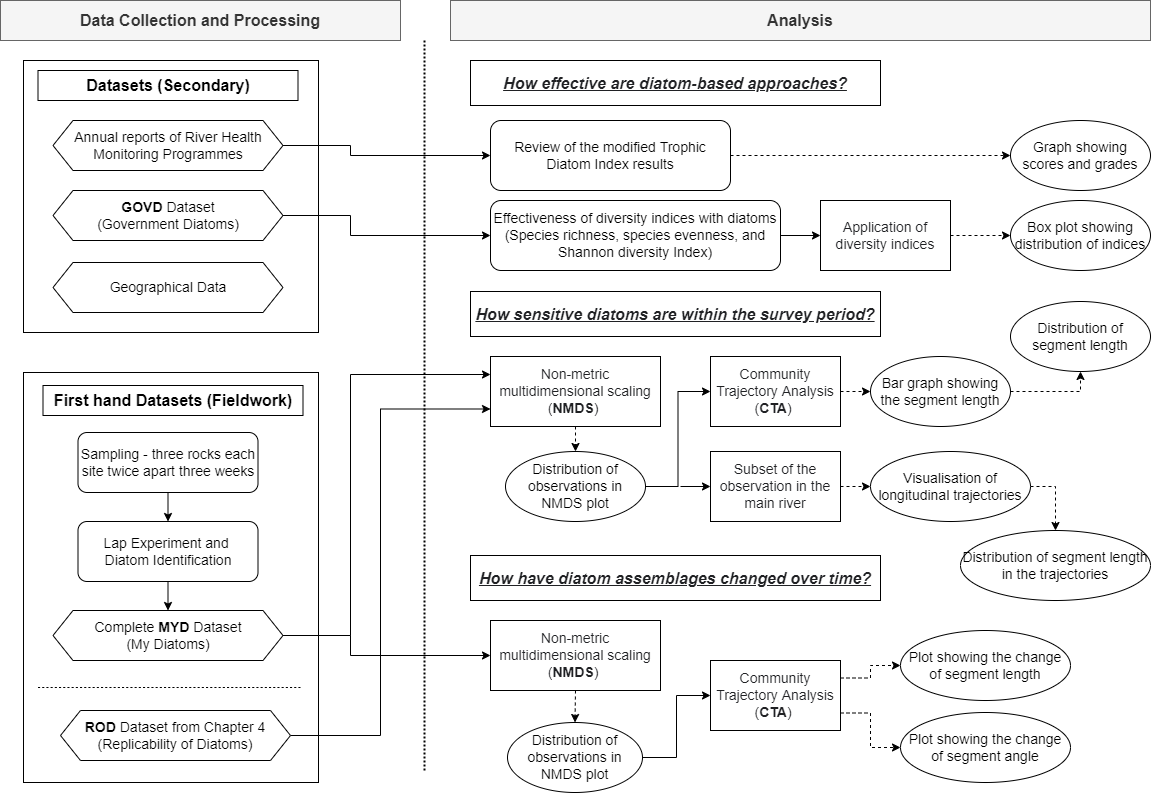
Earlier version of the draw.io export Chapter5_Flowchart.png (muyeoljung/PhD_Studyarea). Source tidied: cells renumbered, new cells last; positions are measured from the earlier drawing's top-left corner, leaving out a move shared by most shapes.
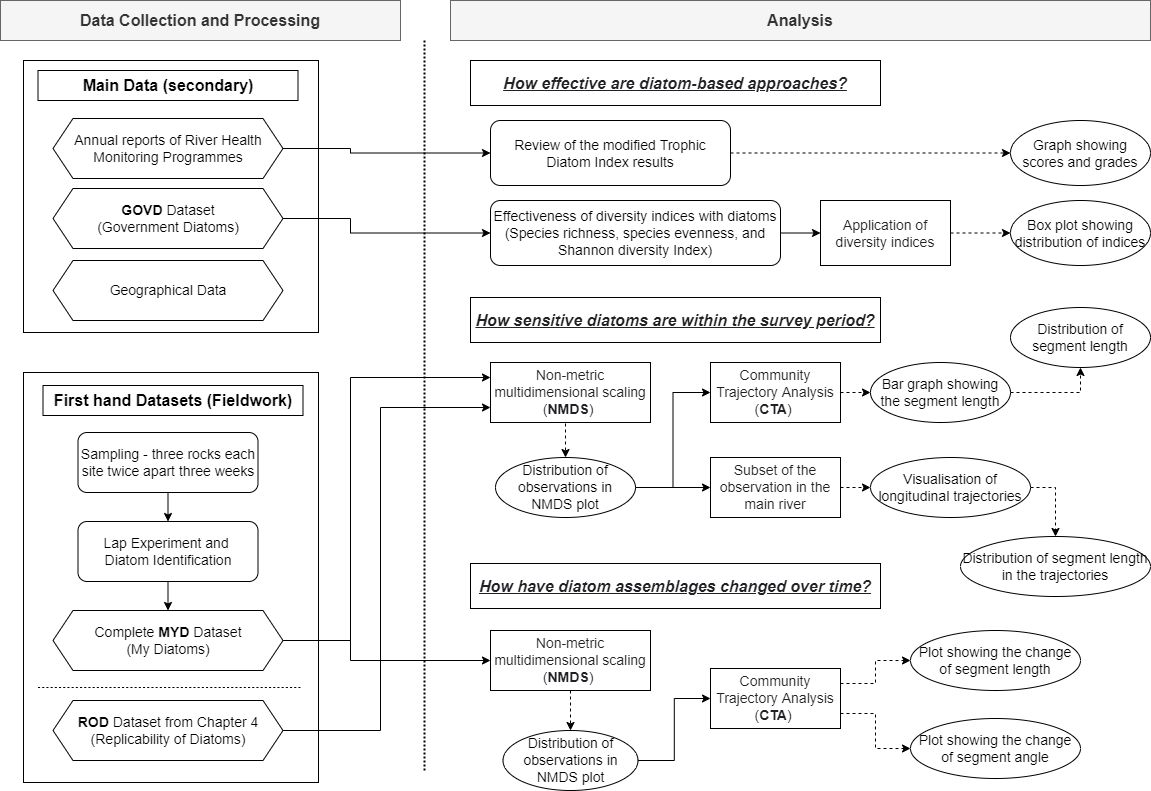
After the change.

What changed in the source:
```diff
@@ -10,26 +10,10 @@
     </mxCell>
-    <mxCell id="4" value="&lt;font style=&quot;font-size: 16px&quot;&gt;Datasets (Secondary)&lt;/font&gt;" style="rounded=0;whiteSpace=wrap;html=1;fontStyle=1;" parent="1" vertex="1">
+    <mxCell id="4" value="&lt;font style=&quot;font-size: 16px&quot;&gt;Main Data (secondary)&lt;/font&gt;" style="rounded=0;whiteSpace=wrap;html=1;fontStyle=1;" parent="1" vertex="1">
       <mxGeometry x="37.5" y="70" width="260" height="30" as="geometry" />
     </mxCell>
-    <mxCell id="5" style="edgeStyle=orthogonalEdgeStyle;rounded=0;jettySize=auto;html=1;exitX=1;exitY=0.5;exitDx=0;exitDy=0;entryX=0;entryY=0.5;entryDx=0;entryDy=0;" parent="1" edge="1" source="46" target="25">
-      <mxGeometry relative="1" as="geometry">
-        <Array as="points">
-          <mxPoint x="350" y="145" />
-          <mxPoint x="350" y="155" />
-        </Array>
-      </mxGeometry>
-    </mxCell>
-    <mxCell id="6" style="edgeStyle=orthogonalEdgeStyle;rounded=0;jettySize=auto;html=1;exitX=1;exitY=0.5;exitDx=0;exitDy=0;entryX=0;entryY=0.5;entryDx=0;entryDy=0;" parent="1" edge="1" source="7" target="27">
-      <mxGeometry relative="1" as="geometry">
-        <Array as="points">
-          <mxPoint x="350" y="215" />
-          <mxPoint x="350" y="235" />
-        </Array>
-      </mxGeometry>
-    </mxCell>
     <mxCell id="7" value="&lt;font style=&quot;font-size: 14px&quot;&gt;&lt;b&gt;GOVD&lt;/b&gt; Dataset&lt;br&gt;(Government Diatoms)&lt;br&gt;&lt;/font&gt;" style="shape=hexagon;perimeter=hexagonPerimeter2;whiteSpace=wrap;html=1;fixedSize=1;" parent="1" vertex="1">
-      <mxGeometry x="52.5" y="190" width="230" height="50" as="geometry" />
+      <mxGeometry x="52.5" y="188" width="230" height="60" as="geometry" />
     </mxCell>
     <mxCell id="8" value="&lt;font style=&quot;font-size: 14px&quot;&gt;Geographical Data&lt;/font&gt;" style="shape=hexagon;perimeter=hexagonPerimeter2;whiteSpace=wrap;html=1;fixedSize=1;" parent="1" vertex="1">
-      <mxGeometry x="52.5" y="262" width="230" height="50" as="geometry" />
+      <mxGeometry x="52.5" y="260" width="230" height="60" as="geometry" />
     </mxCell>
@@ -57,3 +41,3 @@
     <mxCell id="16" value="&lt;font style=&quot;font-size: 14px&quot;&gt;&lt;span style=&quot;color: rgb(32 , 33 , 36) ; font-family: &amp;#34;apple sd gothic neo&amp;#34; , &amp;#34;arial&amp;#34; , sans-serif ; text-align: left ; background-color: rgb(255 , 255 , 255)&quot;&gt;Non-metric multidimensional scaling (&lt;/span&gt;&lt;b style=&quot;color: rgb(32 , 33 , 36) ; font-family: &amp;#34;apple sd gothic neo&amp;#34; , &amp;#34;arial&amp;#34; , sans-serif ; text-align: left ; background-color: rgb(255 , 255 , 255)&quot;&gt;NMDS&lt;/b&gt;&lt;span style=&quot;color: rgb(32 , 33 , 36) ; font-family: &amp;#34;apple sd gothic neo&amp;#34; , &amp;#34;arial&amp;#34; , sans-serif ; text-align: left ; background-color: rgb(255 , 255 , 255)&quot;&gt;)&amp;nbsp;&lt;/span&gt;&lt;/font&gt;" style="rounded=0;whiteSpace=wrap;html=1;" parent="1" vertex="1">
-      <mxGeometry x="490" y="620" width="170" height="70" as="geometry" />
+      <mxGeometry x="490" y="630" width="160" height="60" as="geometry" />
     </mxCell>
@@ -69,3 +53,3 @@
     <mxCell id="20" value="&lt;font style=&quot;font-size: 14px&quot;&gt;&lt;span style=&quot;color: rgb(32 , 33 , 36) ; font-family: &amp;#34;apple sd gothic neo&amp;#34; , &amp;#34;arial&amp;#34; , sans-serif ; background-color: rgb(255 , 255 , 255)&quot;&gt;Non-metric multidimensional scaling (&lt;/span&gt;&lt;b style=&quot;color: rgb(32 , 33 , 36) ; font-family: &amp;#34;apple sd gothic neo&amp;#34; , &amp;#34;arial&amp;#34; , sans-serif ; background-color: rgb(255 , 255 , 255)&quot;&gt;NMDS&lt;/b&gt;&lt;span style=&quot;color: rgb(32 , 33 , 36) ; font-family: &amp;#34;apple sd gothic neo&amp;#34; , &amp;#34;arial&amp;#34; , sans-serif ; background-color: rgb(255 , 255 , 255)&quot;&gt;)&amp;nbsp;&lt;/span&gt;&lt;/font&gt;" style="rounded=0;whiteSpace=wrap;html=1;align=center;" parent="1" vertex="1">
-      <mxGeometry x="490" y="356" width="170" height="70" as="geometry" />
+      <mxGeometry x="490" y="362" width="160" height="60" as="geometry" />
     </mxCell>
@@ -78,3 +62,3 @@
     <mxCell id="23" value="&lt;font style=&quot;font-size: 14px&quot;&gt;&lt;span style=&quot;color: rgb(32 , 33 , 36) ; font-family: &amp;#34;apple sd gothic neo&amp;#34; , &amp;#34;arial&amp;#34; , sans-serif ; text-align: left ; background-color: rgb(255 , 255 , 255)&quot;&gt;Community Trajectory Analysis (&lt;/span&gt;&lt;b style=&quot;color: rgb(32 , 33 , 36) ; font-family: &amp;#34;apple sd gothic neo&amp;#34; , &amp;#34;arial&amp;#34; , sans-serif ; text-align: left ; background-color: rgb(255 , 255 , 255)&quot;&gt;CTA&lt;/b&gt;&lt;span style=&quot;color: rgb(32 , 33 , 36) ; font-family: &amp;#34;apple sd gothic neo&amp;#34; , &amp;#34;arial&amp;#34; , sans-serif ; text-align: left ; background-color: rgb(255 , 255 , 255)&quot;&gt;)&amp;nbsp;&lt;/span&gt;&lt;/font&gt;" style="rounded=0;whiteSpace=wrap;html=1;" parent="1" vertex="1">
-      <mxGeometry x="710" y="660" width="130" height="70" as="geometry" />
+      <mxGeometry x="710" y="668" width="130" height="60" as="geometry" />
     </mxCell>
@@ -84,3 +68,3 @@
     <mxCell id="25" value="&lt;font style=&quot;font-size: 14px;&quot;&gt;Review of the modified Trophic Diatom Index results&lt;/font&gt;" style="rounded=1;whiteSpace=wrap;html=1;shadow=0;sketch=0;align=center;fontSize=14;" parent="1" vertex="1">
-      <mxGeometry x="490" y="120" width="240" height="70" as="geometry" />
+      <mxGeometry x="490" y="120" width="240" height="65" as="geometry" />
     </mxCell>
@@ -89,4 +73,12 @@
     </mxCell>
+    <mxCell id="59" style="edgeStyle=orthogonalEdgeStyle;rounded=0;jettySize=auto;html=1;exitX=0;exitY=0.5;exitDx=0;exitDy=0;entryX=1;entryY=0.5;entryDx=0;entryDy=0;startArrow=classic;startFill=1;endArrow=none;endFill=0;" parent="1" edge="1" source="27" target="7">
+      <mxGeometry relative="1" as="geometry">
+        <Array as="points">
+          <mxPoint x="350" y="233" />
+          <mxPoint x="350" y="218" />
+        </Array>
+      </mxGeometry>
+    </mxCell>
     <mxCell id="27" value="&lt;font style=&quot;font-size: 14px&quot;&gt;Effectiveness of diversity indices with diatoms&lt;br style=&quot;font-size: 14px&quot;&gt;(Species richness, species evenness, and Shannon diversity Index)&lt;/font&gt;" style="rounded=1;whiteSpace=wrap;html=1;shadow=0;sketch=0;align=center;fontSize=14;" parent="1" vertex="1">
-      <mxGeometry x="490" y="200" width="290" height="70" as="geometry" />
+      <mxGeometry x="490" y="200" width="290" height="65" as="geometry" />
     </mxCell>
@@ -95,4 +87,4 @@
         <Array as="points">
-          <mxPoint x="380" y="735" />
-          <mxPoint x="380" y="409" />
+          <mxPoint x="380" y="730" />
+          <mxPoint x="380" y="407" />
         </Array>
@@ -101,3 +93,3 @@
     <mxCell id="29" value="&lt;font style=&quot;font-size: 14px&quot;&gt;&lt;b&gt;ROD&lt;/b&gt;&amp;nbsp;Dataset from Chapter 4&lt;br&gt;(Replicability of Diatoms)&lt;/font&gt;" style="shape=hexagon;perimeter=hexagonPerimeter2;whiteSpace=wrap;html=1;fixedSize=1;" parent="1" vertex="1">
-      <mxGeometry x="60" y="710" width="230" height="50" as="geometry" />
+      <mxGeometry x="52.5" y="700" width="230" height="60" as="geometry" />
     </mxCell>
@@ -106,4 +98,4 @@
         <Array as="points">
-          <mxPoint x="350" y="635" />
-          <mxPoint x="350" y="655" />
+          <mxPoint x="350" y="640" />
+          <mxPoint x="350" y="660" />
         </Array>
@@ -114,5 +106,4 @@
         <Array as="points">
-          <mxPoint x="350" y="635" />
-          <mxPoint x="350" y="374" />
-          <mxPoint x="490" y="374" />
+          <mxPoint x="350" y="640" />
+          <mxPoint x="350" y="377" />
         </Array>
@@ -121,6 +112,6 @@
     <mxCell id="32" value="&lt;font style=&quot;font-size: 14px&quot;&gt;&lt;span&gt;Complete&lt;/span&gt;&lt;b&gt;&amp;nbsp;MYD&lt;/b&gt;&lt;span&gt;&amp;nbsp;Dataset&lt;/span&gt;&lt;br&gt;&lt;span&gt;(My Diatoms)&lt;/span&gt;&lt;/font&gt;" style="shape=hexagon;perimeter=hexagonPerimeter2;whiteSpace=wrap;html=1;fixedSize=1;" parent="1" vertex="1">
-      <mxGeometry x="52.5" y="610" width="230" height="50" as="geometry" />
+      <mxGeometry x="52.5" y="610" width="230" height="60" as="geometry" />
     </mxCell>
     <mxCell id="33" value="&lt;div&gt;&lt;font color=&quot;#202124&quot; face=&quot;apple sd gothic neo, arial, sans-serif&quot;&gt;&lt;span style=&quot;font-size: 16px ; background-color: rgb(255 , 255 , 255)&quot;&gt;How sensitive diatoms are within the survey period?&lt;/span&gt;&lt;/font&gt;&lt;/div&gt;" style="rounded=0;whiteSpace=wrap;html=1;align=center;fontStyle=7;" parent="1" vertex="1">
-      <mxGeometry x="470" y="291" width="410" height="45" as="geometry" />
+      <mxGeometry x="470" y="297" width="410" height="45" as="geometry" />
     </mxCell>
@@ -130,12 +121,12 @@
     <mxCell id="35" value="&lt;font style=&quot;font-size: 14px&quot;&gt;&lt;span style=&quot;color: rgb(32 , 33 , 36) ; font-family: &amp;#34;apple sd gothic neo&amp;#34; , &amp;#34;arial&amp;#34; , sans-serif ; text-align: left ; background-color: rgb(255 , 255 , 255)&quot;&gt;Community Trajectory Analysis (&lt;/span&gt;&lt;b style=&quot;color: rgb(32 , 33 , 36) ; font-family: &amp;#34;apple sd gothic neo&amp;#34; , &amp;#34;arial&amp;#34; , sans-serif ; text-align: left ; background-color: rgb(255 , 255 , 255)&quot;&gt;CTA&lt;/b&gt;&lt;span style=&quot;color: rgb(32 , 33 , 36) ; font-family: &amp;#34;apple sd gothic neo&amp;#34; , &amp;#34;arial&amp;#34; , sans-serif ; text-align: left ; background-color: rgb(255 , 255 , 255)&quot;&gt;)&amp;nbsp;&lt;/span&gt;&lt;/font&gt;" style="rounded=0;whiteSpace=wrap;html=1;" parent="1" vertex="1">
-      <mxGeometry x="710" y="356" width="130" height="70" as="geometry" />
+      <mxGeometry x="710" y="362" width="130" height="60" as="geometry" />
     </mxCell>
     <mxCell id="36" value="&lt;div&gt;&lt;font color=&quot;#202124&quot; face=&quot;apple sd gothic neo, arial, sans-serif&quot;&gt;&lt;span style=&quot;font-size: 16px ; background-color: rgb(255 , 255 , 255)&quot;&gt;How have diatom assemblages changed over time?&lt;/span&gt;&lt;/font&gt;&lt;/div&gt;" style="rounded=0;whiteSpace=wrap;html=1;align=center;fontStyle=7;" parent="1" vertex="1">
-      <mxGeometry x="470" y="555" width="410" height="45" as="geometry" />
+      <mxGeometry x="470" y="563" width="410" height="45" as="geometry" />
     </mxCell>
     <mxCell id="37" value="Graph showing scores and grades" style="ellipse;whiteSpace=wrap;html=1;fontSize=14;" parent="1" vertex="1">
-      <mxGeometry x="1010" y="120" width="140" height="70" as="geometry" />
+      <mxGeometry x="1010" y="120" width="140" height="65" as="geometry" />
     </mxCell>
     <mxCell id="38" value="Box plot showing distribution of indices" style="ellipse;whiteSpace=wrap;html=1;fontSize=14;" parent="1" vertex="1">
-      <mxGeometry x="1010" y="200" width="140" height="70" as="geometry" />
+      <mxGeometry x="1010" y="200" width="140" height="65" as="geometry" />
     </mxCell>
@@ -145,3 +136,3 @@
     <mxCell id="40" value="&lt;font style=&quot;font-size: 14px&quot;&gt;Distribution of observations in NMDS plot&lt;/font&gt;" style="ellipse;whiteSpace=wrap;html=1;" parent="1" vertex="1">
-      <mxGeometry x="507" y="722" width="135" height="70" as="geometry" />
+      <mxGeometry x="502.5" y="730" width="135" height="60" as="geometry" />
     </mxCell>
@@ -151,3 +142,3 @@
     <mxCell id="42" value="&lt;font style=&quot;font-size: 14px&quot;&gt;Distribution of observations in NMDS plot&lt;/font&gt;" style="ellipse;whiteSpace=wrap;html=1;" parent="1" vertex="1">
-      <mxGeometry x="505" y="451" width="140" height="70" as="geometry" />
+      <mxGeometry x="495" y="457" width="140" height="60" as="geometry" />
     </mxCell>
@@ -157,3 +148,3 @@
     <mxCell id="44" value="&lt;span style=&quot;font-size: 14px&quot;&gt;Bar graph showing the segment length&lt;/span&gt;" style="ellipse;whiteSpace=wrap;html=1;" parent="1" vertex="1">
-      <mxGeometry x="870" y="356" width="140" height="70" as="geometry" />
+      <mxGeometry x="870" y="362" width="140" height="60" as="geometry" />
     </mxCell>
@@ -162,4 +153,12 @@
     </mxCell>
+    <mxCell id="5" style="edgeStyle=orthogonalEdgeStyle;rounded=0;jettySize=auto;html=1;exitX=1;exitY=0.5;exitDx=0;exitDy=0;entryX=0;entryY=0.5;entryDx=0;entryDy=0;startArrow=none;startFill=0;endArrow=classic;endFill=1;" parent="1" edge="1" source="46" target="25">
+      <mxGeometry relative="1" as="geometry">
+        <Array as="points">
+          <mxPoint x="350" y="148" />
+          <mxPoint x="350" y="153" />
+        </Array>
+      </mxGeometry>
+    </mxCell>
     <mxCell id="46" value="&lt;span style=&quot;font-size: 14px&quot;&gt;Annual reports of River Health Monitoring&amp;nbsp;&lt;/span&gt;&lt;span style=&quot;font-size: 14px&quot;&gt;Programmes&lt;/span&gt;" style="shape=hexagon;perimeter=hexagonPerimeter2;whiteSpace=wrap;html=1;fixedSize=1;" parent="1" vertex="1">
-      <mxGeometry x="52.5" y="120" width="230" height="50" as="geometry" />
+      <mxGeometry x="52.5" y="118" width="230" height="60" as="geometry" />
     </mxCell>
@@ -169,11 +168,9 @@
     <mxCell id="48" value="&lt;font style=&quot;font-size: 14px&quot;&gt;&lt;span style=&quot;color: rgb(32 , 33 , 36) ; font-family: &amp;#34;apple sd gothic neo&amp;#34; , &amp;#34;arial&amp;#34; , sans-serif ; background-color: rgb(255 , 255 , 255)&quot;&gt;Application of diversity indices&lt;br&gt;&lt;/span&gt;&lt;/font&gt;" style="rounded=0;whiteSpace=wrap;html=1;align=center;" parent="1" vertex="1">
-      <mxGeometry x="820" y="200" width="130" height="70" as="geometry" />
+      <mxGeometry x="820" y="200" width="130" height="65" as="geometry" />
     </mxCell>
     <mxCell id="49" value="&lt;span style=&quot;font-size: 14px&quot;&gt;Distribution of segment length&lt;/span&gt;" style="ellipse;whiteSpace=wrap;html=1;" parent="1" vertex="1">
-      <mxGeometry x="1010" y="301" width="140" height="70" as="geometry" />
+      <mxGeometry x="1010" y="307" width="140" height="60" as="geometry" />
     </mxCell>
-    <mxCell id="50" style="edgeStyle=orthogonalEdgeStyle;rounded=0;jettySize=auto;html=1;exitX=0;exitY=0.5;exitDx=0;exitDy=0;fontSize=14;startArrow=classic;startFill=1;endArrow=none;endFill=0;" parent="1" edge="1" source="52">
-      <mxGeometry relative="1" as="geometry">
-        <mxPoint x="680" y="486" as="targetPoint" />
-      </mxGeometry>
+    <mxCell id="50" style="edgeStyle=orthogonalEdgeStyle;rounded=0;jettySize=auto;html=1;exitX=0;exitY=0.5;exitDx=0;exitDy=0;fontSize=14;startArrow=classic;startFill=1;endArrow=none;endFill=0;entryX=1;entryY=0.5;entryDx=0;entryDy=0;" parent="1" edge="1" source="52" target="42">
+      <mxGeometry relative="1" as="geometry" />
     </mxCell>
@@ -183,3 +180,3 @@
     <mxCell id="52" value="&lt;font color=&quot;#202124&quot; face=&quot;apple sd gothic neo, arial, sans-serif&quot;&gt;&lt;span style=&quot;font-size: 14px ; background-color: rgb(255 , 255 , 255)&quot;&gt;Subset of the observation in the main river&lt;/span&gt;&lt;/font&gt;" style="rounded=0;whiteSpace=wrap;html=1;align=center;" parent="1" vertex="1">
-      <mxGeometry x="710" y="451" width="130" height="70" as="geometry" />
+      <mxGeometry x="710" y="457" width="130" height="60" as="geometry" />
     </mxCell>
@@ -189,12 +186,12 @@
     <mxCell id="54" value="&lt;span style=&quot;font-size: 14px&quot;&gt;Visualisation of longitudinal&amp;nbsp;&lt;/span&gt;&lt;span style=&quot;font-size: 14px&quot;&gt;trajectories&lt;/span&gt;" style="ellipse;whiteSpace=wrap;html=1;" parent="1" vertex="1">
-      <mxGeometry x="870" y="451" width="160" height="70" as="geometry" />
+      <mxGeometry x="870" y="457" width="160" height="60" as="geometry" />
     </mxCell>
     <mxCell id="55" value="&lt;font style=&quot;font-size: 14px&quot;&gt;Plot showing the change of segment length&lt;/font&gt;" style="ellipse;whiteSpace=wrap;html=1;" parent="1" vertex="1">
-      <mxGeometry x="900" y="630" width="170" height="70" as="geometry" />
+      <mxGeometry x="910" y="630" width="170" height="60" as="geometry" />
     </mxCell>
     <mxCell id="56" value="&lt;font style=&quot;font-size: 14px&quot;&gt;Plot showing the change of segment angle&lt;/font&gt;" style="ellipse;whiteSpace=wrap;html=1;" parent="1" vertex="1">
-      <mxGeometry x="900" y="712" width="170" height="70" as="geometry" />
+      <mxGeometry x="910" y="718" width="170" height="60" as="geometry" />
     </mxCell>
     <mxCell id="57" value="&lt;span style=&quot;font-size: 14px&quot;&gt;Distribution of segment length in the&amp;nbsp;&lt;/span&gt;&lt;span style=&quot;font-size: 14px&quot;&gt;trajectories&lt;/span&gt;" style="ellipse;whiteSpace=wrap;html=1;" parent="1" vertex="1">
-      <mxGeometry x="960" y="530" width="190" height="70" as="geometry" />
+      <mxGeometry x="960" y="536" width="190" height="60" as="geometry" />
     </mxCell>
```
